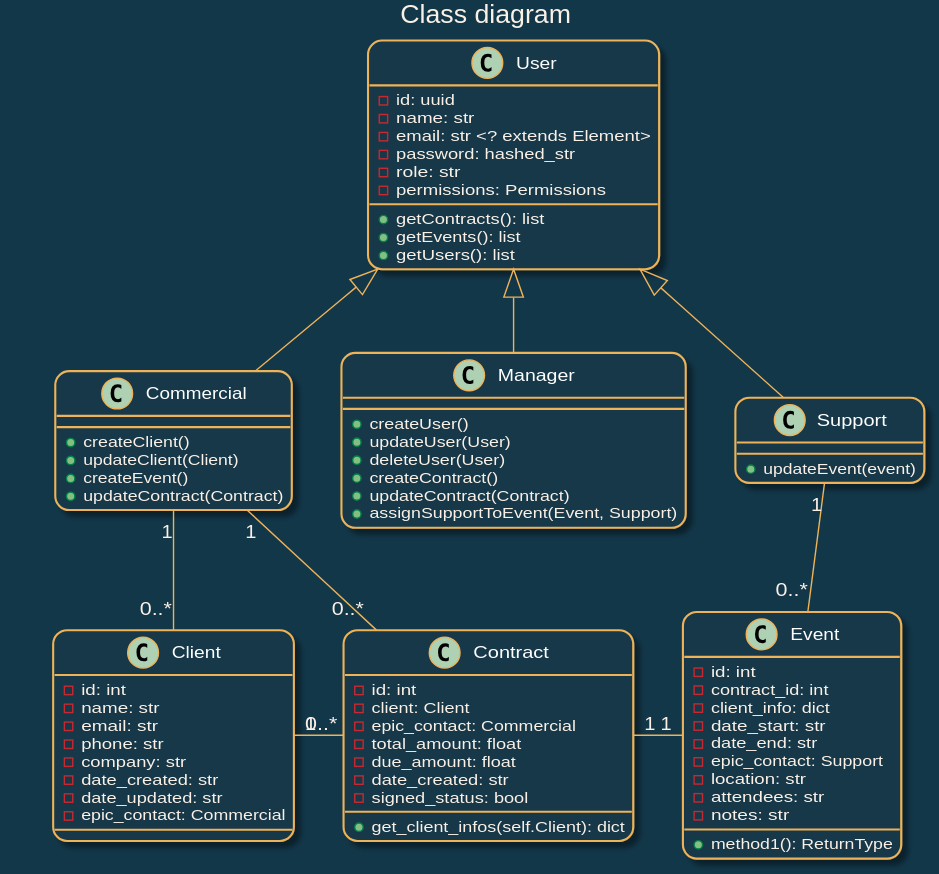
Earlier version of the PlantUML export README.svg (DaGuinci/epicevents).
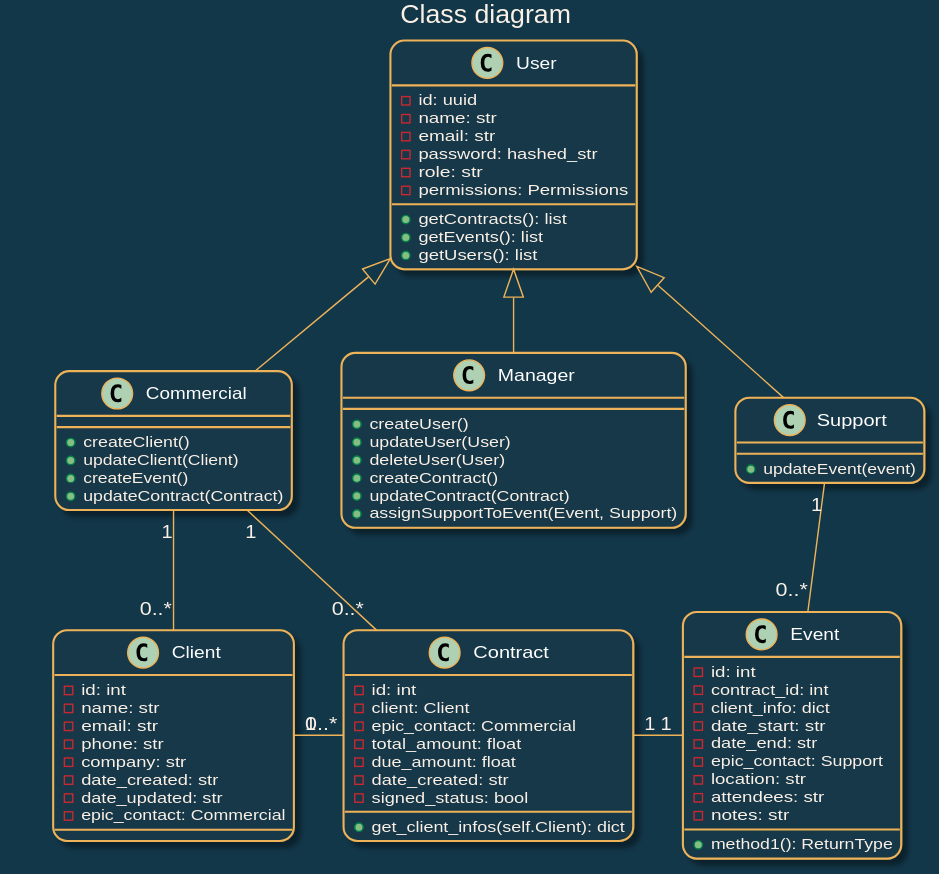
Later version of the same file.

Commit message:
docs(erd): database model

Change to the diagram source:
```diff
@@ -17,7 +17,7 @@
   class User {
     - id: uuid
     - name: str
-    - email: str <? extends Element>
+    - email: str
     - password: hashed_str
     - role: str
     - permissions: Permissions
```
